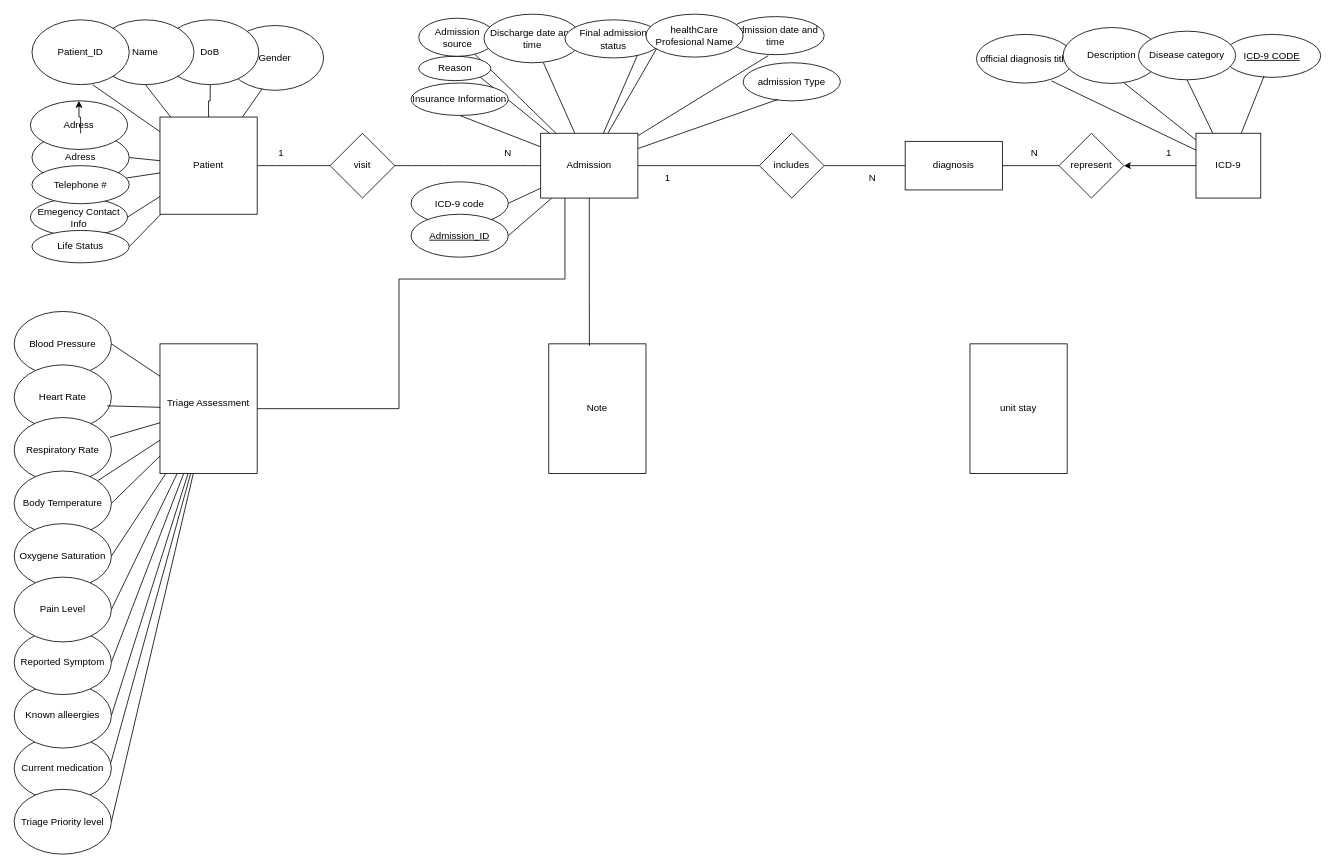
The draw.io diagram page "Page-1" (1 of 2) of project.drawio in fmvemba22/SOEN363, before the edit. Source tidied: cells renumbered, new cells numbered last; positions are measured from the earlier drawing's top-left corner, leaving out a move shared by most shapes. Both pictures are drawn from the tidied source at 81%, with x=0, y=0 at pixel (14, 14).
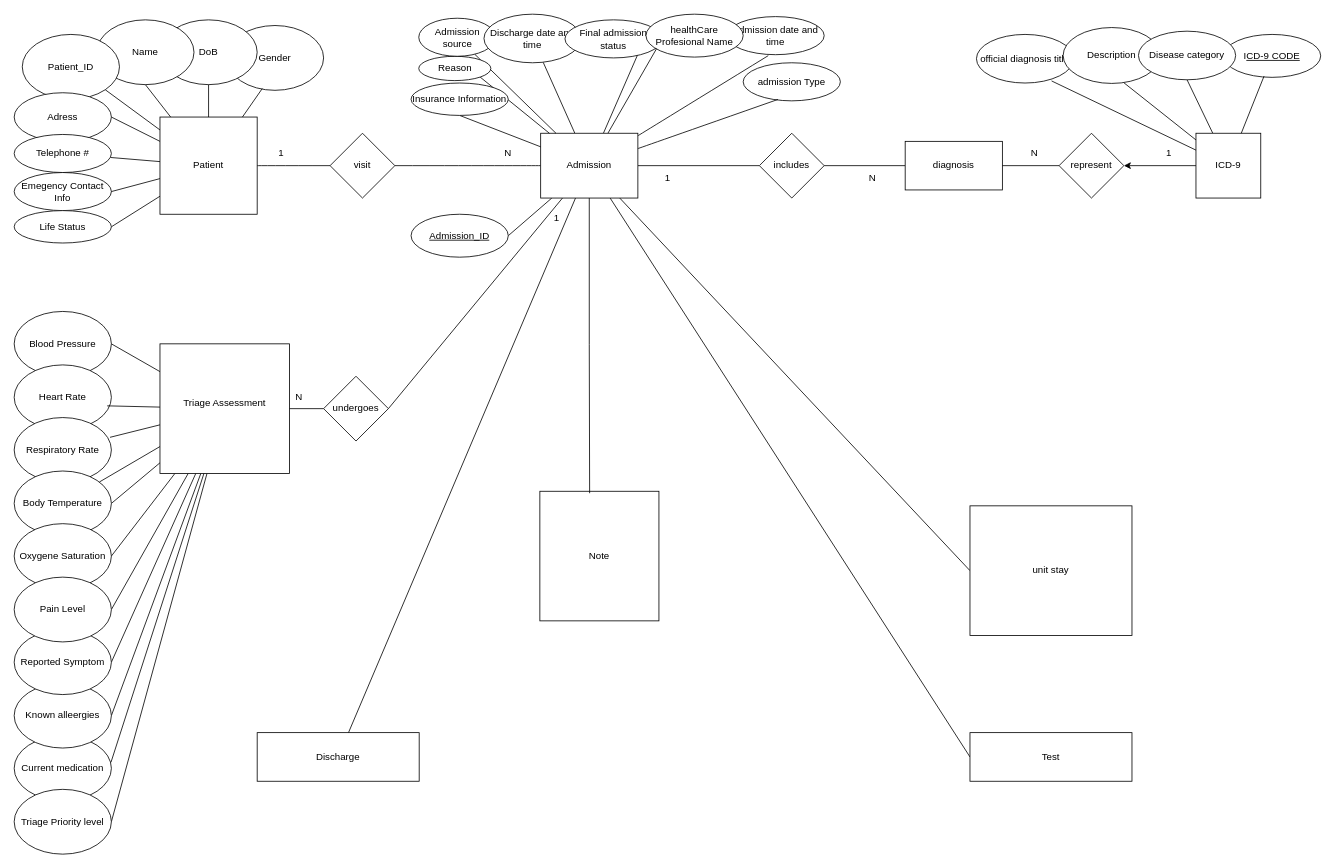
Above is the later version.

Unchanged cells that the change refers to:
```xml
<mxCell id="3" value="Patient" style="rounded=0;whiteSpace=wrap;html=1;" parent="1" vertex="1">
  <mxGeometry x="180" y="127" width="120" height="120" as="geometry" />
</mxCell>
<mxCell id="12" value="Admission" style="rounded=0;whiteSpace=wrap;html=1;" parent="1" vertex="1">
  <mxGeometry x="650" y="147" width="120" height="80" as="geometry" />
</mxCell>
```

Change to the diagram source:
```diff
@@
+    <mxCell id="42" style="rounded=0;jettySize=auto;html=1;entryX=1;entryY=1;entryDx=0;entryDy=0;fontFamily=Helvetica;fontSize=12;fontColor=default;endArrow=none;endFill=0;" parent="1" edge="1" source="3" target="38">
+      <mxGeometry relative="1" as="geometry" />
+    </mxCell>
@@
-    <mxCell id="6" style="rounded=0;jettySize=auto;html=1;entryX=1;entryY=0.5;entryDx=0;entryDy=0;fontFamily=Helvetica;fontSize=12;fontColor=default;endArrow=none;endFill=0;" parent="1" edge="1" source="12" target="54">
-      <mxGeometry relative="1" as="geometry" />
-    </mxCell>
@@
-    <mxCell id="11" style="edgeStyle=orthogonalEdgeStyle;rounded=0;jettySize=auto;html=1;entryX=1;entryY=0.5;entryDx=0;entryDy=0;fontFamily=Helvetica;fontSize=12;fontColor=default;endArrow=none;endFill=0;" parent="1" edge="1" source="12" target="77">
-      <mxGeometry relative="1" as="geometry">
-        <Array as="points">
-          <mxPoint x="680" y="327" />
-          <mxPoint x="475.1" y="327" />
-          <mxPoint x="475.1" y="487" />
-        </Array>
-      </mxGeometry>
-    </mxCell>
+    <mxCell id="94" style="rounded=0;jettySize=auto;html=1;entryX=1;entryY=0.5;entryDx=0;entryDy=0;fontFamily=Helvetica;fontSize=12;fontColor=default;endArrow=none;endFill=0;" parent="1" edge="1" source="12" target="99">
+      <mxGeometry relative="1" as="geometry" />
+    </mxCell>
+    <mxCell id="95" style="rounded=0;jettySize=auto;html=1;entryX=0;entryY=0.5;entryDx=0;entryDy=0;fontFamily=Helvetica;fontSize=12;fontColor=default;endArrow=none;endFill=0;" parent="1" edge="1" source="12" target="79">
+      <mxGeometry relative="1" as="geometry" />
+    </mxCell>
+    <mxCell id="96" style="rounded=0;jettySize=auto;html=1;entryX=0;entryY=0.5;entryDx=0;entryDy=0;fontFamily=Helvetica;fontSize=12;fontColor=default;endArrow=none;endFill=0;" parent="1" edge="1" source="12" target="102">
+      <mxGeometry relative="1" as="geometry" />
+    </mxCell>
+    <mxCell id="97" style="rounded=0;jettySize=auto;html=1;fontFamily=Helvetica;fontSize=12;fontColor=default;endArrow=none;endFill=0;" parent="1" edge="1" source="12" target="103">
+      <mxGeometry relative="1" as="geometry" />
+    </mxCell>
@@
     <mxCell id="27" value="Emegency Contact Info" style="ellipse;whiteSpace=wrap;html=1;shapeInside=1;" parent="1" vertex="1">
-      <mxGeometry x="20" y="227" width="120" height="47" as="geometry" />
+      <mxGeometry y="195.5" width="120" height="47" as="geometry" />
     </mxCell>
-    <mxCell id="28" style="group;" parent="1" vertex="1">
-      <mxGeometry x="20" y="7" width="362" height="300" as="geometry" />
-    </mxCell>
-    <mxCell id="29" value="Gender" style="ellipse;whiteSpace=wrap;html=1;shapeInside=1;" parent="28" vertex="1">
-      <mxGeometry x="242" y="7" width="120" height="80" as="geometry" />
-    </mxCell>
-    <mxCell id="30" value="DoB" style="ellipse;whiteSpace=wrap;html=1;shapeInside=1;" parent="28" vertex="1">
-      <mxGeometry x="162" width="120" height="80" as="geometry" />
-    </mxCell>
-    <mxCell id="31" value="Name" style="ellipse;whiteSpace=wrap;html=1;shapeInside=1;" parent="28" vertex="1">
-      <mxGeometry x="82" width="120" height="80" as="geometry" />
-    </mxCell>
-    <mxCell id="32" style="rounded=0;jettySize=auto;html=1;entryX=0.5;entryY=1;entryDx=0;entryDy=0;fontFamily=Helvetica;fontSize=12;fontColor=default;endArrow=none;endFill=0;" parent="28" edge="1" source="3" target="31">
-      <mxGeometry relative="1" as="geometry" />
-    </mxCell>
-    <mxCell id="33" style="edgeStyle=orthogonalEdgeStyle;rounded=0;jettySize=auto;html=1;entryX=0.5;entryY=1;entryDx=0;entryDy=0;fontFamily=Helvetica;fontSize=12;fontColor=default;endArrow=none;endFill=0;" parent="28" edge="1" source="3" target="30">
-      <mxGeometry relative="1" as="geometry" />
-    </mxCell>
-    <mxCell id="34" style="rounded=0;jettySize=auto;html=1;entryX=1;entryY=0.5;entryDx=0;entryDy=0;fontFamily=Helvetica;fontSize=12;fontColor=default;endArrow=none;endFill=0;" parent="28" edge="1" source="3" target="40">
-      <mxGeometry relative="1" as="geometry" />
-    </mxCell>
-    <mxCell id="35" style="rounded=0;jettySize=auto;html=1;fontFamily=Helvetica;fontSize=12;fontColor=default;endArrow=none;endFill=0;" parent="28" edge="1" source="3" target="41">
-      <mxGeometry relative="1" as="geometry" />
-    </mxCell>
-    <mxCell id="36" style="rounded=0;jettySize=auto;html=1;entryX=1;entryY=0.5;entryDx=0;entryDy=0;fontFamily=Helvetica;fontSize=12;fontColor=default;endArrow=none;endFill=0;" parent="28" edge="1" source="3" target="27">
-      <mxGeometry relative="1" as="geometry" />
-    </mxCell>
-    <mxCell id="37" style="rounded=0;jettySize=auto;html=1;entryX=1;entryY=0.5;entryDx=0;entryDy=0;fontFamily=Helvetica;fontSize=12;fontColor=default;endArrow=none;endFill=0;" parent="28" edge="1" source="3" target="39">
-      <mxGeometry relative="1" as="geometry" />
-    </mxCell>
-    <mxCell id="38" value="Patient_ID" style="ellipse;whiteSpace=wrap;html=1;shapeInside=1;" parent="28" vertex="1">
-      <mxGeometry x="2" width="120" height="80" as="geometry" />
-    </mxCell>
-    <mxCell id="39" value="Life Status" style="ellipse;whiteSpace=wrap;html=1;shapeInside=1;" parent="28" vertex="1">
-      <mxGeometry x="2" y="260" width="120" height="40" as="geometry" />
-    </mxCell>
-    <mxCell id="40" value="Adress" style="ellipse;whiteSpace=wrap;html=1;shapeInside=1;" parent="28" vertex="1">
-      <mxGeometry x="2" y="140" width="120" height="60" as="geometry" />
-    </mxCell>
-    <mxCell id="41" value="Telephone #" style="ellipse;whiteSpace=wrap;html=1;shapeInside=1;" parent="28" vertex="1">
-      <mxGeometry x="2" y="180" width="120" height="47" as="geometry" />
-    </mxCell>
-    <mxCell id="42" style="rounded=0;jettySize=auto;html=1;entryX=0.624;entryY=1.001;entryDx=0;entryDy=0;entryPerimeter=0;fontFamily=Helvetica;fontSize=12;fontColor=default;endArrow=none;endFill=0;" parent="28" edge="1" source="3" target="38">
-      <mxGeometry relative="1" as="geometry" />
-    </mxCell>
-    <mxCell id="43" style="rounded=0;jettySize=auto;html=1;entryX=0.369;entryY=0.973;entryDx=0;entryDy=0;entryPerimeter=0;fontFamily=Helvetica;fontSize=12;fontColor=default;endArrow=none;endFill=0;" parent="28" edge="1" source="3" target="29">
-      <mxGeometry relative="1" as="geometry" />
-    </mxCell>
-    <mxCell id="44" value="Adress" style="ellipse;whiteSpace=wrap;html=1;shapeInside=1;" parent="28" vertex="1">
-      <mxGeometry y="100" width="120" height="60" as="geometry" />
-    </mxCell>
-    <mxCell id="45" style="edgeStyle=orthogonalEdgeStyle;rounded=0;jettySize=auto;html=1;fontFamily=Helvetica;fontSize=12;fontColor=default;" parent="28" edge="1" source="40" target="44">
-      <mxGeometry relative="1" as="geometry" />
-    </mxCell>
@@
-    <mxCell id="54" value="ICD-9 code" style="ellipse;whiteSpace=wrap;html=1;shapeInside=1;" parent="1" vertex="1">
-      <mxGeometry x="490" y="207" width="120" height="53" as="geometry" />
-    </mxCell>
@@
     <mxCell id="77" value="Triage Assessment&lt;div&gt;&lt;br&gt;&lt;/div&gt;" style="rounded=0;whiteSpace=wrap;html=1;" parent="1" vertex="1">
-      <mxGeometry x="180" y="407" width="120" height="160" as="geometry" />
+      <mxGeometry x="180" y="407" width="160" height="160" as="geometry" />
     </mxCell>
     <mxCell id="78" value="Note" style="rounded=0;whiteSpace=wrap;html=1;" parent="1" vertex="1">
-      <mxGeometry x="660" y="407" width="120" height="160" as="geometry" />
+      <mxGeometry x="649" y="589" width="147" height="160" as="geometry" />
     </mxCell>
     <mxCell id="79" value="unit stay" style="rounded=0;whiteSpace=wrap;html=1;" parent="1" vertex="1">
-      <mxGeometry x="1180" y="407" width="120" height="160" as="geometry" />
+      <mxGeometry x="1180" y="607" width="200" height="160" as="geometry" />
     </mxCell>
@@
+    <mxCell id="98" style="edgeStyle=orthogonalEdgeStyle;rounded=0;jettySize=auto;html=1;entryX=1;entryY=0.5;entryDx=0;entryDy=0;fontFamily=Helvetica;fontSize=12;fontColor=default;endArrow=none;endFill=0;" parent="1" edge="1" source="99" target="77">
+      <mxGeometry relative="1" as="geometry" />
+    </mxCell>
+    <mxCell id="99" value="undergoes" style="rhombus;whiteSpace=wrap;html=1;shapeInside=1;" parent="1" vertex="1">
+      <mxGeometry x="382" y="447" width="80" height="80" as="geometry" />
+    </mxCell>
+    <mxCell id="100" value="1" style="text;html=1;whiteSpace=wrap;strokeColor=none;fillColor=none;align=center;verticalAlign=middle;rounded=0;" parent="1" vertex="1">
+      <mxGeometry x="640" y="237" width="60" height="30" as="geometry" />
+    </mxCell>
+    <mxCell id="101" value="N" style="text;html=1;whiteSpace=wrap;strokeColor=none;fillColor=none;align=center;verticalAlign=middle;rounded=0;" parent="1" vertex="1">
+      <mxGeometry x="322" y="458" width="60" height="30" as="geometry" />
+    </mxCell>
+    <mxCell id="102" value="Test" style="rounded=0;whiteSpace=wrap;html=1;" parent="1" vertex="1">
+      <mxGeometry x="1180" y="887" width="200" height="60" as="geometry" />
+    </mxCell>
+    <mxCell id="103" value="Discharge" style="rounded=0;whiteSpace=wrap;html=1;" parent="1" vertex="1">
+      <mxGeometry x="300" y="887" width="200" height="60" as="geometry" />
+    </mxCell>
+    <mxCell id="29" value="Gender" style="ellipse;whiteSpace=wrap;html=1;shapeInside=1;" parent="1" vertex="1">
+      <mxGeometry x="262" y="14" width="120" height="80" as="geometry" />
+    </mxCell>
+    <mxCell id="30" value="DoB" style="ellipse;whiteSpace=wrap;html=1;shapeInside=1;" parent="1" vertex="1">
+      <mxGeometry x="180" y="7" width="120" height="80" as="geometry" />
+    </mxCell>
+    <mxCell id="31" value="Name" style="ellipse;whiteSpace=wrap;html=1;shapeInside=1;" parent="1" vertex="1">
+      <mxGeometry x="102" y="7" width="120" height="80" as="geometry" />
+    </mxCell>
+    <mxCell id="32" style="rounded=0;jettySize=auto;html=1;entryX=0.5;entryY=1;entryDx=0;entryDy=0;fontFamily=Helvetica;fontSize=12;fontColor=default;endArrow=none;endFill=0;" parent="1" edge="1" source="3" target="31">
+      <mxGeometry relative="1" as="geometry" />
+    </mxCell>
+    <mxCell id="33" style="edgeStyle=orthogonalEdgeStyle;rounded=0;jettySize=auto;html=1;entryX=0.5;entryY=1;entryDx=0;entryDy=0;fontFamily=Helvetica;fontSize=12;fontColor=default;endArrow=none;endFill=0;" parent="1" edge="1" source="3" target="30">
+      <mxGeometry relative="1" as="geometry" />
+    </mxCell>
+    <mxCell id="34" style="rounded=0;jettySize=auto;html=1;entryX=1;entryY=0.5;entryDx=0;entryDy=0;fontFamily=Helvetica;fontSize=12;fontColor=default;endArrow=none;endFill=0;" parent="1" edge="1" source="3" target="40">
+      <mxGeometry relative="1" as="geometry" />
+    </mxCell>
+    <mxCell id="35" style="rounded=0;jettySize=auto;html=1;fontFamily=Helvetica;fontSize=12;fontColor=default;endArrow=none;endFill=0;" parent="1" edge="1" source="3" target="41">
+      <mxGeometry relative="1" as="geometry" />
+    </mxCell>
+    <mxCell id="36" style="rounded=0;jettySize=auto;html=1;entryX=1;entryY=0.5;entryDx=0;entryDy=0;fontFamily=Helvetica;fontSize=12;fontColor=default;endArrow=none;endFill=0;" parent="1" edge="1" source="3" target="27">
+      <mxGeometry relative="1" as="geometry" />
+    </mxCell>
+    <mxCell id="37" style="rounded=0;jettySize=auto;html=1;entryX=1;entryY=0.5;entryDx=0;entryDy=0;fontFamily=Helvetica;fontSize=12;fontColor=default;endArrow=none;endFill=0;" parent="1" edge="1" source="3" target="39">
+      <mxGeometry relative="1" as="geometry" />
+    </mxCell>
+    <mxCell id="38" value="Patient_ID" style="ellipse;whiteSpace=wrap;html=1;shapeInside=1;" parent="1" vertex="1">
+      <mxGeometry x="10" y="25" width="120" height="80" as="geometry" />
+    </mxCell>
+    <mxCell id="39" value="Life Status" style="ellipse;whiteSpace=wrap;html=1;shapeInside=1;" parent="1" vertex="1">
+      <mxGeometry y="242.5" width="120" height="40" as="geometry" />
+    </mxCell>
+    <mxCell id="40" value="Adress" style="ellipse;whiteSpace=wrap;html=1;shapeInside=1;" parent="1" vertex="1">
+      <mxGeometry y="97" width="120" height="60" as="geometry" />
+    </mxCell>
+    <mxCell id="41" value="Telephone #" style="ellipse;whiteSpace=wrap;html=1;shapeInside=1;" parent="1" vertex="1">
+      <mxGeometry y="148.5" width="120" height="47" as="geometry" />
+    </mxCell>
+    <mxCell id="43" style="rounded=0;jettySize=auto;html=1;entryX=0.369;entryY=0.973;entryDx=0;entryDy=0;entryPerimeter=0;fontFamily=Helvetica;fontSize=12;fontColor=default;endArrow=none;endFill=0;" parent="1" edge="1" source="3" target="29">
+      <mxGeometry relative="1" as="geometry" />
+    </mxCell>
```
